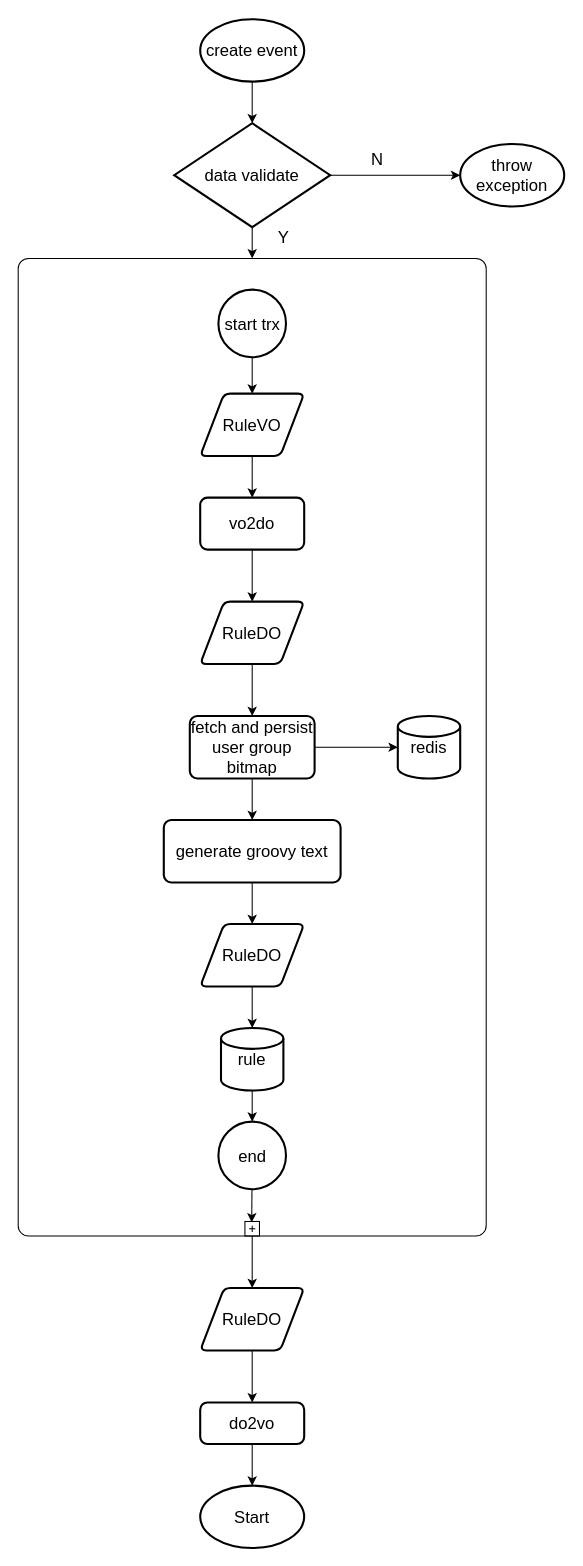
NeverMore93/draw keeps this draw.io diagram as 事件中心/事件中心数据表.drawio. Above is the earlier version. Source tidied: cells renumbered, new cells numbered last; positions are measured from the earlier drawing's top-left corner, leaving out a move shared by most shapes. Both pictures are drawn from the tidied source at 104%, with x=0, y=0 at pixel (18, 19).
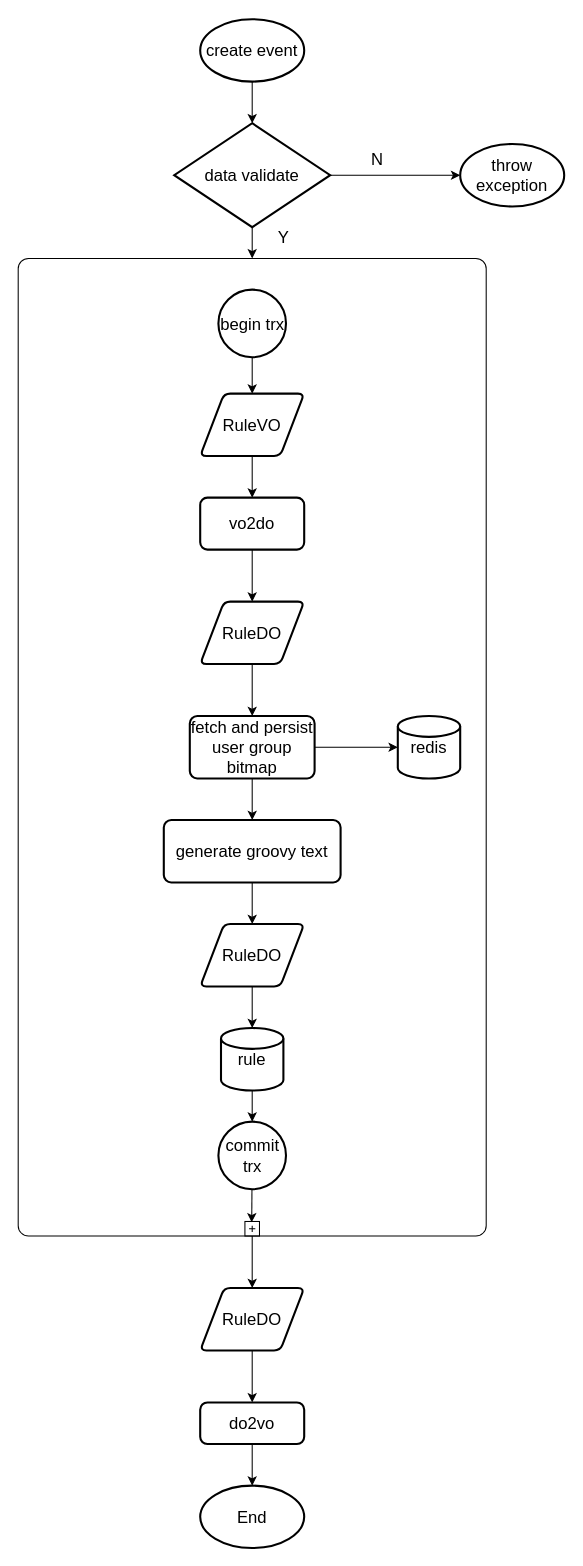
The same page after the edit.

Commit message:
更新事件中心数据表.drawio

The change refers to these unchanged cells:
```xml
<mxCell id="10" style="points=[[0.25,0,0],[0.5,0,0],[0.75,0,0],[1,0.25,0],[1,0.5,0],[1,0.75,0],[0.75,1,0],[0.5,1,0],[0.25,1,0],[0,0.75,0],[0,0.5,0],[0,0.25,0]];shape=mxgraph.bpmn.task;whiteSpace=wrap;rectStyle=rounded;size=10;html=1;taskMarker=abstract;isLoopSub=1;fontSize=16;" parent="1" vertex="1">
  <mxGeometry y="230" width="450" height="940" as="geometry" />
</mxCell>
```

Change to the diagram source:
```diff
@@
+    <mxCell id="37" style="edgeStyle=orthogonalEdgeStyle;rounded=0;jettySize=auto;html=1;exitX=0.5;exitY=0;exitDx=0;exitDy=0;exitPerimeter=0;entryX=0.5;entryY=0;entryDx=0;entryDy=0;entryPerimeter=0;" parent="1" edge="1" source="10" target="16">
+      <mxGeometry relative="1" as="geometry" />
+    </mxCell>
@@
-    <mxCell id="16" value="start trx" style="strokeWidth=2;html=1;shape=mxgraph.flowchart.start_2;whiteSpace=wrap;fontSize=16;" parent="1" vertex="1">
+    <mxCell id="16" value="begin trx" style="strokeWidth=2;html=1;shape=mxgraph.flowchart.start_2;whiteSpace=wrap;fontSize=16;" parent="1" vertex="1">
       <mxGeometry x="192.5" y="260" width="65" height="65" as="geometry" />
     </mxCell>
@@
-    <mxCell id="30" value="end" style="strokeWidth=2;html=1;shape=mxgraph.flowchart.start_2;whiteSpace=wrap;fontSize=16;" parent="1" vertex="1">
+    <mxCell id="30" value="commit trx" style="strokeWidth=2;html=1;shape=mxgraph.flowchart.start_2;whiteSpace=wrap;fontSize=16;" parent="1" vertex="1">
       <mxGeometry x="192.5" y="1060" width="65" height="65" as="geometry" />
     </mxCell>
@@
-    <mxCell id="36" value="Start" style="strokeWidth=2;html=1;shape=mxgraph.flowchart.start_1;whiteSpace=wrap;fontSize=16;" parent="1" vertex="1">
+    <mxCell id="36" value="End" style="strokeWidth=2;html=1;shape=mxgraph.flowchart.start_1;whiteSpace=wrap;fontSize=16;" parent="1" vertex="1">
       <mxGeometry x="175" y="1410" width="100" height="60" as="geometry" />
     </mxCell>
```
